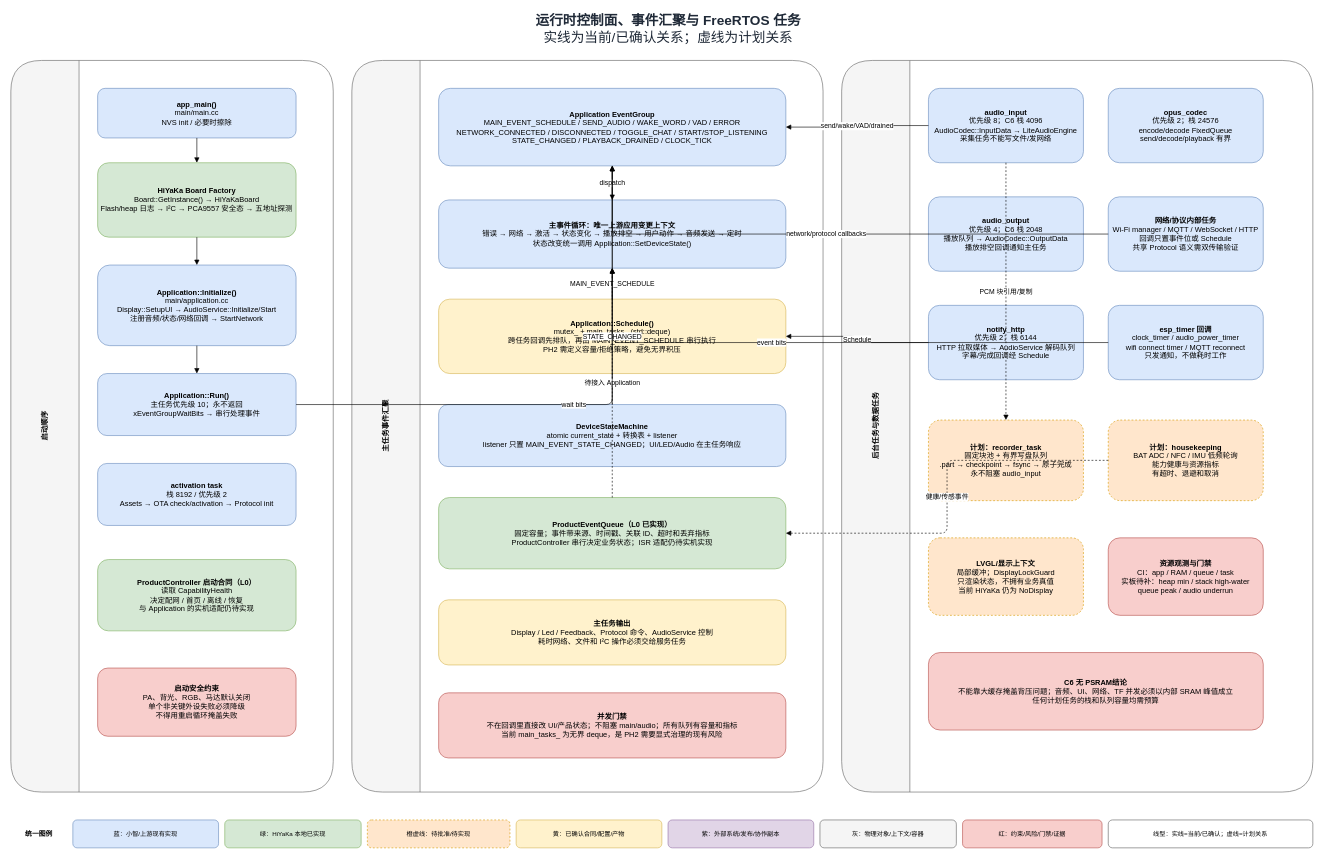
Earlier version of the draw.io diagram page "02 启动、事件与任务并发" (2 of 4) of docs/yaka/diagrams/yaka-firmware-architecture.drawio (njueeRay/hi-yaka-firmware). Source tidied: cells renumbered, new cells numbered last; positions are measured from the earlier drawing's top-left corner, leaving out a move shared by most shapes. Both pictures are drawn from the tidied source at 62%, with x=0, y=0 at pixel (11, 11).
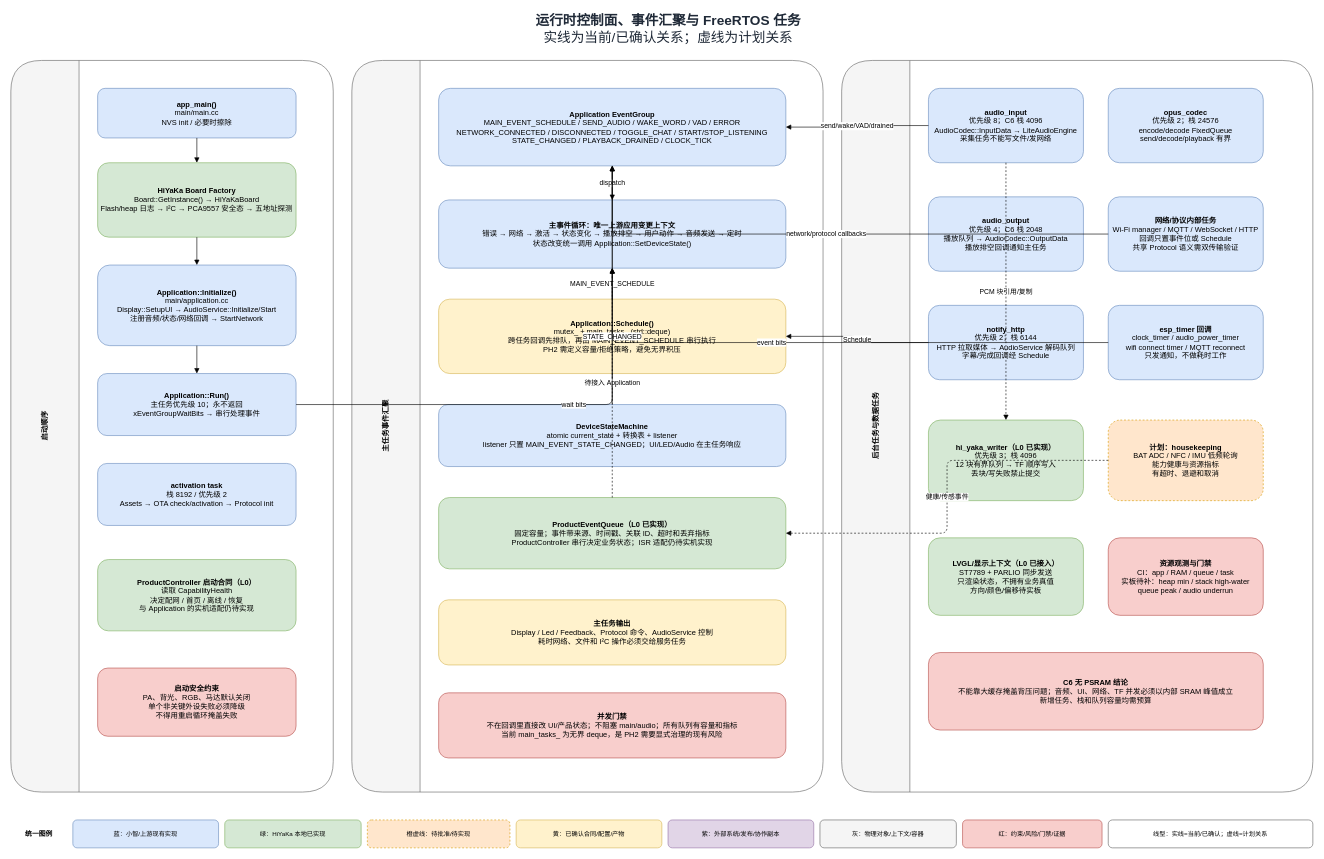
Above is the later version.

The change refers to these unchanged cells:
```xml
<mxCell id="28" value="后台任务与数据任务" style="swimlane;horizontal=0;startSize=110;rounded=1;html=1;fillColor=#F5F5F5;strokeColor=#666666;fontStyle=1;" parent="1" vertex="1">
  <mxGeometry x="1340" y="80" width="760" height="1180" as="geometry" />
</mxCell>
```

What changed in the source:
```diff
@@
-    <mxCell id="35" value="&lt;b&gt;计划：recorder_task&lt;/b&gt;&lt;br&gt;固定块池 + 有界写盘队列&lt;br&gt;.part → checkpoint → fsync → 原子完成&lt;br&gt;永不阻塞 audio_input" style="rounded=1;whiteSpace=wrap;html=1;fillColor=#FFE6CC;strokeColor=#D79B00;dashed=1;" parent="28" vertex="1">
+    <mxCell id="35" value="&lt;b&gt;hi_yaka_writer（L0 已实现）&lt;/b&gt;&lt;br&gt;优先级 3；栈 4096&lt;br&gt;12 块有界队列 → TF 顺序写入&lt;br&gt;丢块/写失败禁止提交" style="rounded=1;whiteSpace=wrap;html=1;fillColor=#D5E8D4;strokeColor=#82B366;" parent="28" vertex="1">
       <mxGeometry x="140" y="580" width="250" height="130" as="geometry" />
     </mxCell>
@@
-    <mxCell id="37" value="&lt;b&gt;LVGL/显示上下文&lt;/b&gt;&lt;br&gt;局部缓冲；DisplayLockGuard&lt;br&gt;只渲染状态，不拥有业务真值&lt;br&gt;当前 HiYaKa 仍为 NoDisplay" style="rounded=1;whiteSpace=wrap;html=1;fillColor=#FFE6CC;strokeColor=#D79B00;dashed=1;" parent="28" vertex="1">
+    <mxCell id="37" value="&lt;b&gt;LVGL/显示上下文（L0 已接入）&lt;/b&gt;&lt;br&gt;ST7789 + PARLIO 同步发送&lt;br&gt;只渲染状态，不拥有业务真值&lt;br&gt;方向/颜色/偏移待实板" style="rounded=1;whiteSpace=wrap;html=1;fillColor=#D5E8D4;strokeColor=#82B366;" parent="28" vertex="1">
       <mxGeometry x="140" y="770" width="250" height="125" as="geometry" />
     </mxCell>
@@
-    <mxCell id="39" value="&lt;b&gt;C6 无 PSRAM结论&lt;/b&gt;&lt;br&gt;不能靠大缓存掩盖背压问题；音频、UI、网络、TF 并发必须以内部 SRAM 峰值成立&lt;br&gt;任何计划任务的栈和队列容量均需预算" style="rounded=1;whiteSpace=wrap;html=1;fillColor=#F8CECC;strokeColor=#B85450;" parent="28" vertex="1">
+    <mxCell id="39" value="&lt;b&gt;C6 无 PSRAM 结论&lt;/b&gt;&lt;br&gt;不能靠大缓存掩盖背压问题；音频、UI、网络、TF 并发必须以内部 SRAM 峰值成立&lt;br&gt;新增任务、栈和队列容量均需预算" style="rounded=1;whiteSpace=wrap;html=1;fillColor=#F8CECC;strokeColor=#B85450;" parent="28" vertex="1">
       <mxGeometry x="140" y="955" width="540" height="125" as="geometry" />
     </mxCell>
```
